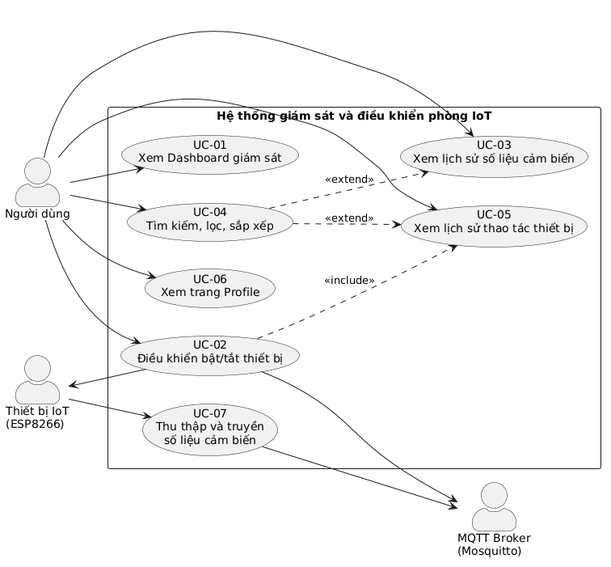
Before: docs/img/usecase-diagram.png, a diagram exported from PlantUML (B23DCAT011/IOT). Its diagram source:
```plantuml
@startuml
left to right direction
skinparam packageStyle rectangle
skinparam actorStyle awesome
skinparam shadowing false

actor "Người dùng" as User
actor "Thiết bị IoT\n(ESP8266)" as IoT
actor "MQTT Broker\n(Mosquitto)" as Broker

rectangle "Hệ thống giám sát và điều khiển phòng IoT" {

  usecase "UC-01\nXem Dashboard giám sát" as UC01
  usecase "UC-02\nĐiều khiển bật/tắt thiết bị" as UC02
  usecase "UC-03\nXem lịch sử số liệu cảm biến" as UC03
  usecase "UC-04\nTìm kiếm, lọc, sắp xếp" as UC04
  usecase "UC-05\nXem lịch sử thao tác thiết bị" as UC05
  usecase "UC-06\nXem trang Profile" as UC06
  usecase "UC-07\nThu thập và truyền\nsố liệu cảm biến" as UC07

  UC04 ..> UC03 : <<extend>>
  UC04 ..> UC05 : <<extend>>
  UC02 ..> UC05 : <<include>>
}

User --> UC01
User --> UC02
User --> UC03
User --> UC04
User --> UC05
User --> UC06

IoT --> UC07
UC07 --> Broker
UC02 --> Broker
UC02 --> IoT
@enduml
```
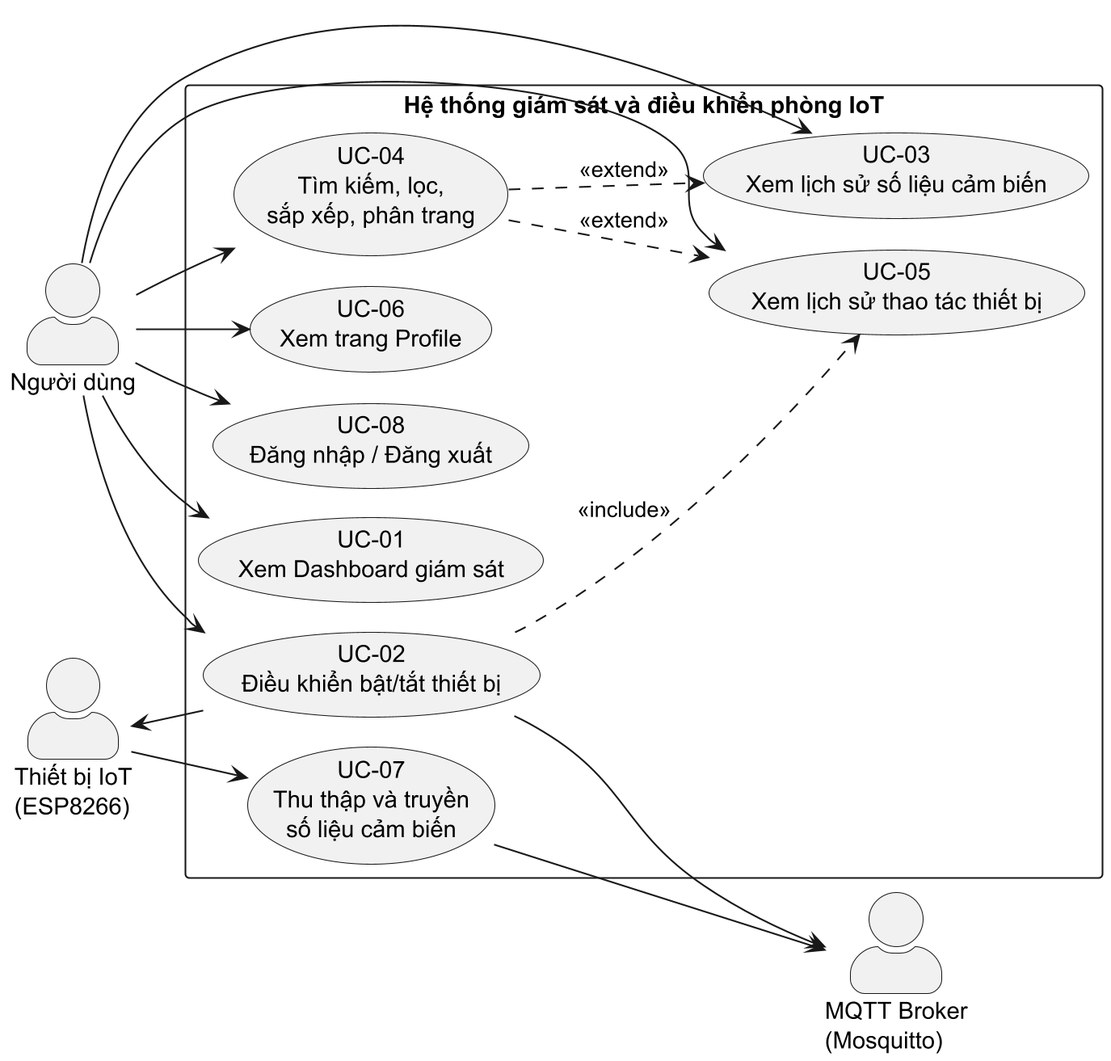
The same file after the commit.

What changed in the source:
```diff
@@ -1,8 +1,12 @@
-@startuml
+@startuml UseCaseDiagram
+skinparamlocked dpi 200
 left to right direction
 skinparam packageStyle rectangle
 skinparam actorStyle awesome
 skinparam shadowing false
+!pragma layout smetana
+skinparam titleFontColor white
+title .
 
 actor "Người dùng" as User
 actor "Thiết bị IoT\n(ESP8266)" as IoT
@@ -13,10 +17,11 @@
   usecase "UC-01\nXem Dashboard giám sát" as UC01
   usecase "UC-02\nĐiều khiển bật/tắt thiết bị" as UC02
   usecase "UC-03\nXem lịch sử số liệu cảm biến" as UC03
-  usecase "UC-04\nTìm kiếm, lọc, sắp xếp" as UC04
+  usecase "UC-04\nTìm kiếm, lọc,\nsắp xếp, phân trang" as UC04
   usecase "UC-05\nXem lịch sử thao tác thiết bị" as UC05
   usecase "UC-06\nXem trang Profile" as UC06
   usecase "UC-07\nThu thập và truyền\nsố liệu cảm biến" as UC07
+  usecase "UC-08\nĐăng nhập / Đăng xuất" as UC08
 
   UC04 ..> UC03 : <<extend>>
   UC04 ..> UC05 : <<extend>>
@@ -29,9 +34,11 @@
 User --> UC04
 User --> UC05
 User --> UC06
+User --> UC08
 
 IoT --> UC07
 UC07 --> Broker
 UC02 --> Broker
 UC02 --> IoT
+
 @enduml
```
